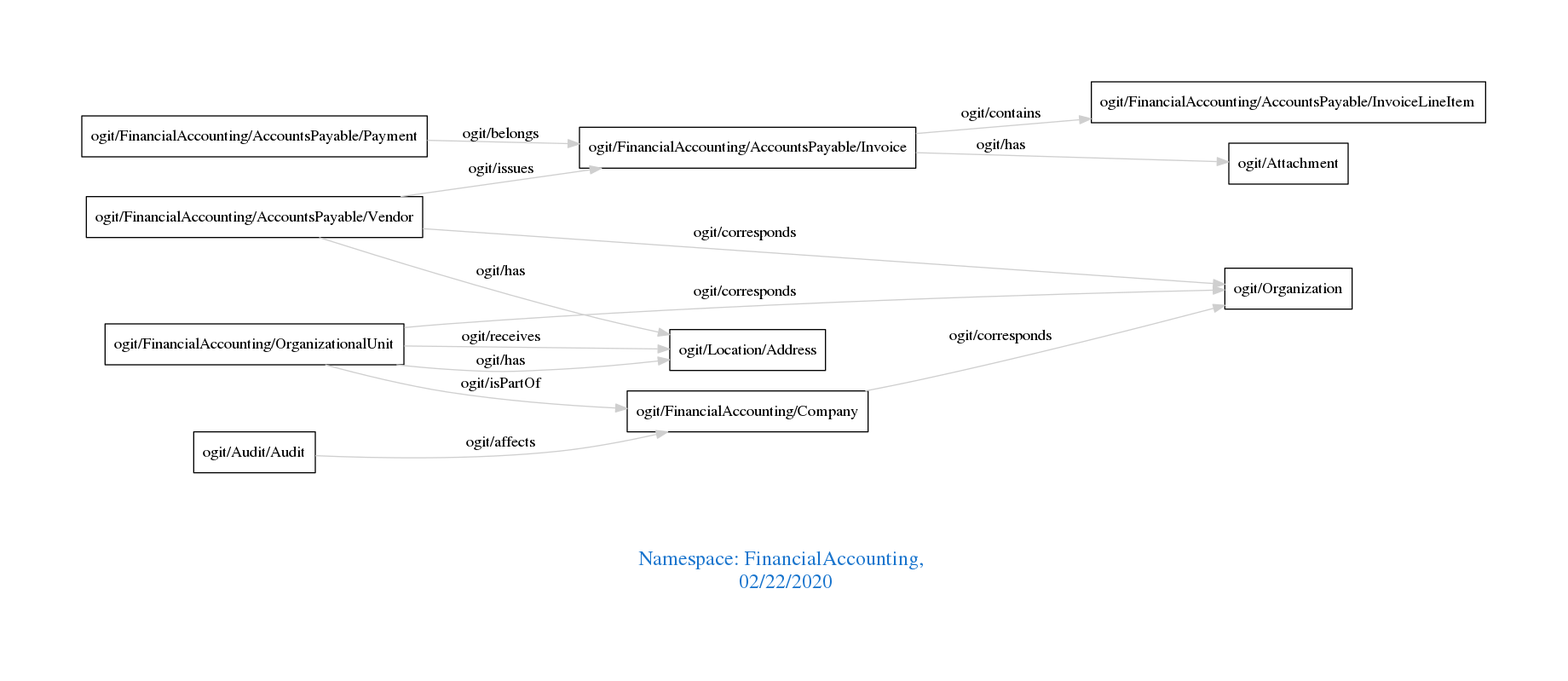
The Graphviz diagram downloads/FinancialAccounting.png in arago/OGIT, before a commit. Its source is kept beside it as downloads/FinancialAccounting.dot.
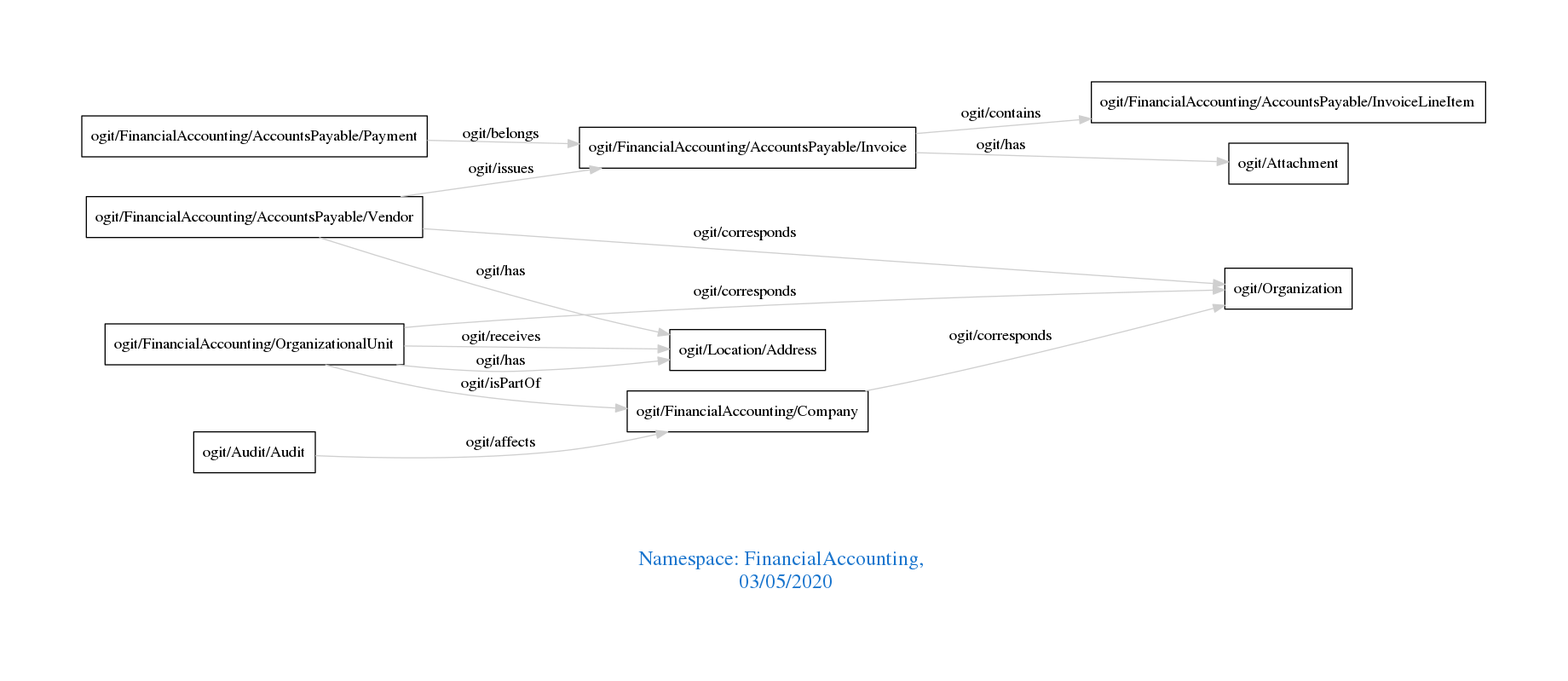
After the change.

The edit, as a diff of the source:
```diff
@@ -1,7 +1,7 @@
 digraph OGIT_ontology {
  graph [ rankdir= LR,pad=1
 fontsize = 18,
-fontcolor= dodgerblue3,label = "\n\n\nNamespace: FinancialAccounting, \n 02/22/2020"];
+fontcolor= dodgerblue3,label = "\n\n\nNamespace: FinancialAccounting, \n 03/05/2020"];
 node[shape=polygon];
 edge [  color="gray81"];
 
```
